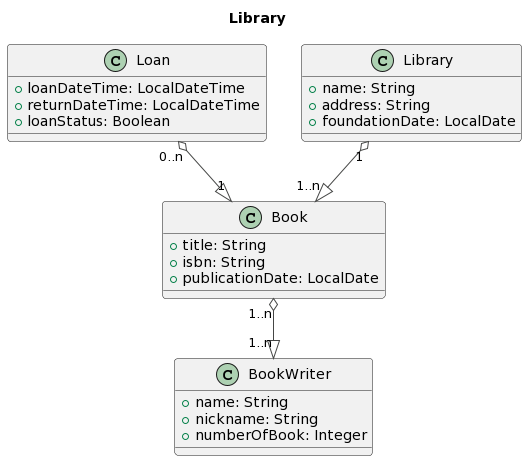
This is docs/library_models.png from wzzzzwwzw/apaw-practice, a PlantUML export, as it was before one commit.
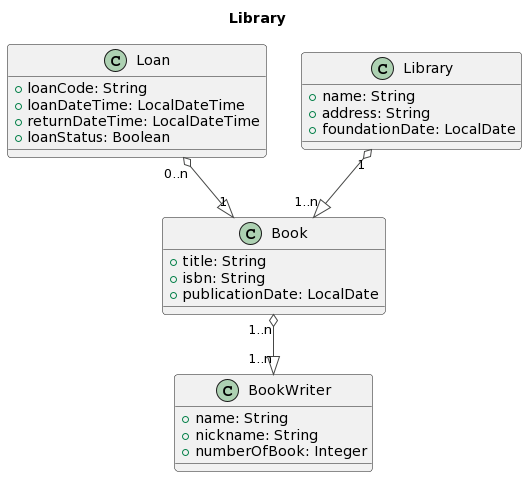
Later version of the same file.

Commit message:
fix library model #710

Change to the diagram source:
```diff
@@ -21,6 +21,7 @@
   +numberOfBook: Integer
 }
 class Loan {
+  +loanCode: String
   +loanDateTime: LocalDateTime
   +returnDateTime: LocalDateTime
   +loanStatus: Boolean
```
